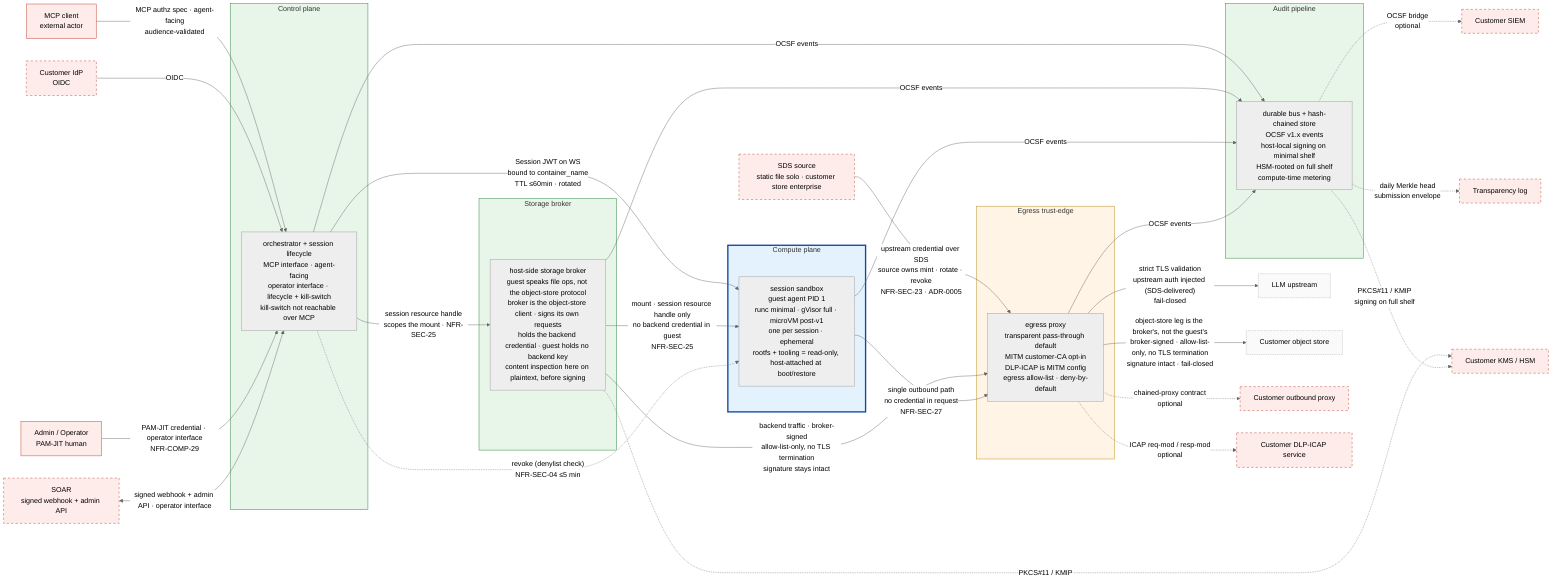
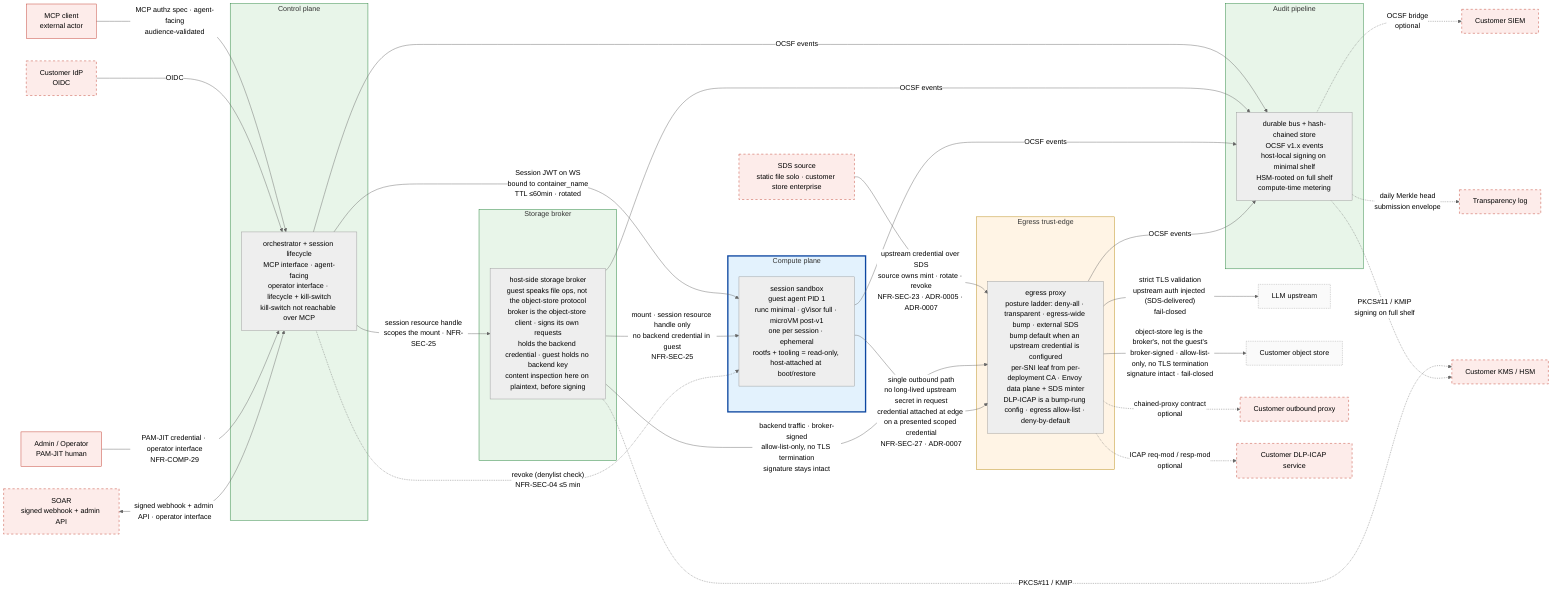
%% SPDX-License-Identifier: FSL-1.1-Apache-2.0
%% Copyright (c) 2025 Open Computer Use Contributors
%% Canonical Layer 3 trust-zone diagram. Referenced from docs/architecture/02-trust-boundaries.md §5.
%% Convention: solid subgraph border = always present; dashed border = optional configuration.
%% Palette (project convention): red untrusted / amber semi-trusted / green trusted / blue isolated.

%%{init: {"theme": "neutral"} }%%
flowchart LR

    %% ─── external actors (untrusted; rendered as plain nodes, not subgraphs) ───
    MCPC[MCP client<br/>external actor]:::ext
    IDP[Customer IdP<br/>OIDC]:::extOpt
    LLM[LLM upstream]:::endpoint
    OBJ[Customer object store]:::endpoint
    CPROXY[Customer outbound proxy]:::extOpt
    ICAP[Customer DLP-ICAP service]:::extOpt
    SIEM[Customer SIEM]:::extOpt
    KMS[Customer KMS / HSM]:::extOpt
    SDS[SDS source<br/>static file solo · customer store enterprise]:::extOpt
    SOAR[SOAR<br/>signed webhook + admin API]:::extOpt
    OPER[Admin / Operator<br/>PAM-JIT human]:::ext
    TLOG[Transparency log]:::extOpt

    %% ─── our zones ───
    %% Control plane is one trust-zone exposing two interfaces: an agent-facing
    %% MCP surface (tool calls) and an operator/lifecycle surface (session
    %% lifecycle, quota, kill-switch). The kill-switch is reachable only on the
    %% operator surface — never over MCP. The two-container split is a Layer 6
    %% concern; here they are one zone.
    subgraph CP[Control plane]
        ORCH[orchestrator + session lifecycle<br/>MCP interface · agent-facing<br/>operator interface · lifecycle + kill-switch<br/>kill-switch not reachable over MCP]
    end

    subgraph STORE[Storage broker]
        SB[host-side storage broker<br/>guest speaks file ops, not the object-store protocol<br/>broker is the object-store client · signs its own requests<br/>holds the backend credential · guest holds no backend key<br/>content inspection here on plaintext, before signing]
    end

    subgraph COMPUTE[Compute plane]
        VM[session sandbox<br/>guest agent PID 1<br/>runc minimal · gVisor full · microVM post-v1<br/>one per session · ephemeral<br/>rootfs + tooling = read-only, host-attached at boot/restore]
    end

+     %% Posture is the §7 ladder, not two modes; injection at the egress-wide-bump rung. See ADR-0007.
    subgraph EDGE[Egress trust-edge]
-         PROXY[egress proxy<br/>transparent pass-through default<br/>MITM customer-CA opt-in<br/>DLP-ICAP is MITM config<br/>egress allow-list · deny-by-default]
+         PROXY[egress proxy<br/>posture ladder: deny-all · transparent · egress-wide bump · external SDS<br/>bump default when an upstream credential is configured<br/>per-SNI leaf from per-deployment CA · Envoy data plane + SDS minter<br/>DLP-ICAP is a bump-rung config · egress allow-list · deny-by-default]
    end

    subgraph AUDIT[Audit pipeline]
        BUS[durable bus + hash-chained store<br/>OCSF v1.x events<br/>host-local signing on minimal shelf<br/>HSM-rooted on full shelf<br/>compute-time metering]
    end

    %% ─── inbound edges ───
    %% MCP arrives on the agent-facing interface; operator + SOAR arrive on the
    %% operator/lifecycle interface. Distinct auth; the kill-switch lives only
    %% on the latter.
    MCPC -->|"MCP authz spec · agent-facing<br/>audience-validated"| ORCH
    IDP -->|OIDC| ORCH
    OPER -->|"PAM-JIT credential · operator interface<br/>NFR-COMP-29"| ORCH
    SOAR <-->|"signed webhook + admin API · operator interface"| ORCH

    %% ─── internal edges (encrypted in transit; NFR-SEC-37) ───
    ORCH -->|"Session JWT on WS<br/>bound to container_name<br/>TTL ≤60min · rotated"| VM
    ORCH -->|"session resource handle<br/>scopes the mount · NFR-SEC-25"| SB
-     SDS -->|"upstream credential over SDS<br/>source owns mint · rotate · revoke<br/>NFR-SEC-23 · ADR-0005"| PROXY
+     SDS -->|"upstream credential over SDS<br/>source owns mint · rotate · revoke<br/>NFR-SEC-23 · ADR-0005 · ADR-0007"| PROXY

    %% ─── storage-mount path (second guest-data boundary: in vs out) ───
    %% Distinct from egress. The guest reads/writes mutable user-data through a
    %% mount the broker serves; the guest holds only a session-scoped resource
    %% handle (e.g. filesystem_id), never the storage backend credential. The
    %% broker's own backend traffic is authorized at the Egress trust-edge like
    %% any upstream. Mount substrate (FUSE / virtio-fs / 9p) is component-spec.
    SB -->|"mount · session resource handle only<br/>no backend credential in guest<br/>NFR-SEC-25"| VM
    SB -->|"backend traffic · broker-signed<br/>allow-list-only, no TLS termination<br/>signature stays intact"| PROXY

    %% ─── revoke channel (denylist; independent of IdP reachability) ───
    %% Compute plane gets a direct denylist check (Session JWT TTL ≤60min needs it);
    %% Egress trust-edge revoke = the edge stops injecting upstream auth for a
    %% revoked session; the SDS source owns the credential's own TTL, so no
    %% direct ORCH→PROXY edge.
    ORCH -.->|"revoke (denylist check)<br/>NFR-SEC-04 ≤5 min"| VM

    %% ─── egress edges ───
-     VM -->|"single outbound path<br/>no credential in request<br/>NFR-SEC-27"| PROXY
+     VM -->|"single outbound path<br/>no long-lived upstream secret in request<br/>credential attached at edge on a presented scoped credential<br/>NFR-SEC-27 · ADR-0007"| PROXY
    PROXY -->|"strict TLS validation<br/>upstream auth injected (SDS-delivered)<br/>fail-closed"| LLM
    PROXY -->|"object-store leg is the broker's, not the guest's<br/>broker-signed · allow-list-only, no TLS termination<br/>signature intact · fail-closed"| OBJ
    PROXY -.->|"chained-proxy contract<br/>optional"| CPROXY
    PROXY -.->|"ICAP req-mod / resp-mod<br/>optional"| ICAP

    %% ─── audit edges (every named zone emits OCSF events) ───
    ORCH -->|OCSF events| BUS
    SB -->|OCSF events| BUS
    VM -->|OCSF events| BUS
    PROXY -->|OCSF events| BUS

    %% ─── audit egress ───
    BUS -.->|"OCSF bridge<br/>optional"| SIEM
    BUS -.->|"daily Merkle head<br/>submission envelope"| TLOG

    %% ─── KMS path (optional, full-capability shelf only) ───
    SB -.->|"PKCS#11 / KMIP"| KMS
    BUS -.->|"PKCS#11 / KMIP<br/>signing on full shelf"| KMS

    %% ─── styling (project palette: red untrusted / amber semi-trusted / green trusted / blue isolated) ───
    classDef ext fill:#fdecea,stroke:#c0392b,stroke-width:1px;
    classDef extOpt fill:#fdecea,stroke:#c0392b,stroke-dasharray: 5 5;
    classDef endpoint fill:#fafafa,stroke:#9e9e9e,stroke-dasharray: 2 2;
    style CP fill:#e8f5e9,stroke:#1e7e34,stroke-width:1px;
    style STORE fill:#e8f5e9,stroke:#1e7e34,stroke-width:1px;
    style COMPUTE fill:#e3f2fd,stroke:#0d47a1,stroke-width:3px;
    style EDGE fill:#fff4e5,stroke:#b8860b,stroke-width:1px;
    style AUDIT fill:#e8f5e9,stroke:#1e7e34,stroke-width:1px;
